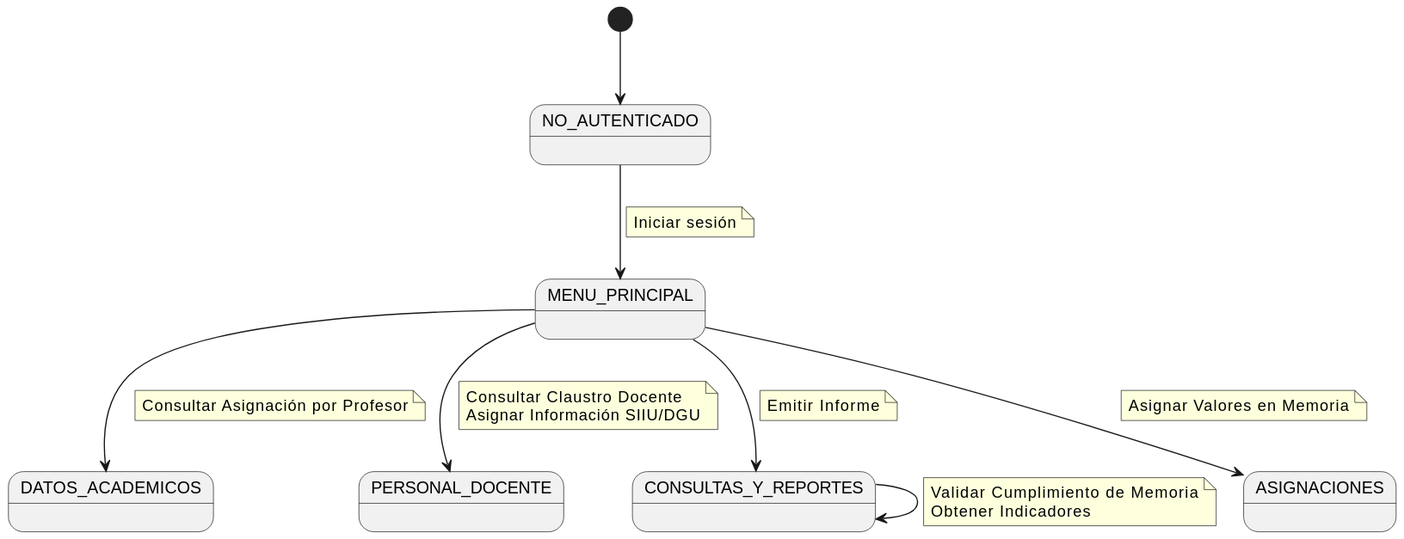
This is images/modelosUML/CdU/DiagramaDeContexto/TecnicoCalidad.svg from mmasias/24-25-IdSw1-SDR, a PlantUML export, as it was before one commit. Its diagram source:
```plantuml
@startuml
state "NO_AUTENTICADO" as NoAuth
state "MENU_PRINCIPAL" as Menu
state "DATOS_ACADEMICOS" as Acad
state "PERSONAL_DOCENTE" as Pers
state "CONSULTAS_Y_REPORTES" as Cons
state "ASIGNACIONES" as Asig

[*] --> NoAuth

NoAuth --> Menu
    note on link
        Iniciar sesión
    end note

Menu --> Acad
    note on link
        Consultar Asignación por Profesor
    end note

Menu --> Pers
    note on link
        Consultar Claustro Docente
        Asignar Información SIIU/DGU
    end note

Menu --> Cons
    note on link
        Emitir Informe
    end note

Menu --> Asig
    note on link
        Asignar Valores en Memoria
    end note

Cons --> Cons
    note on link
        Validar Cumplimiento de Memoria
        Obtener Indicadores
    end note
@enduml
```
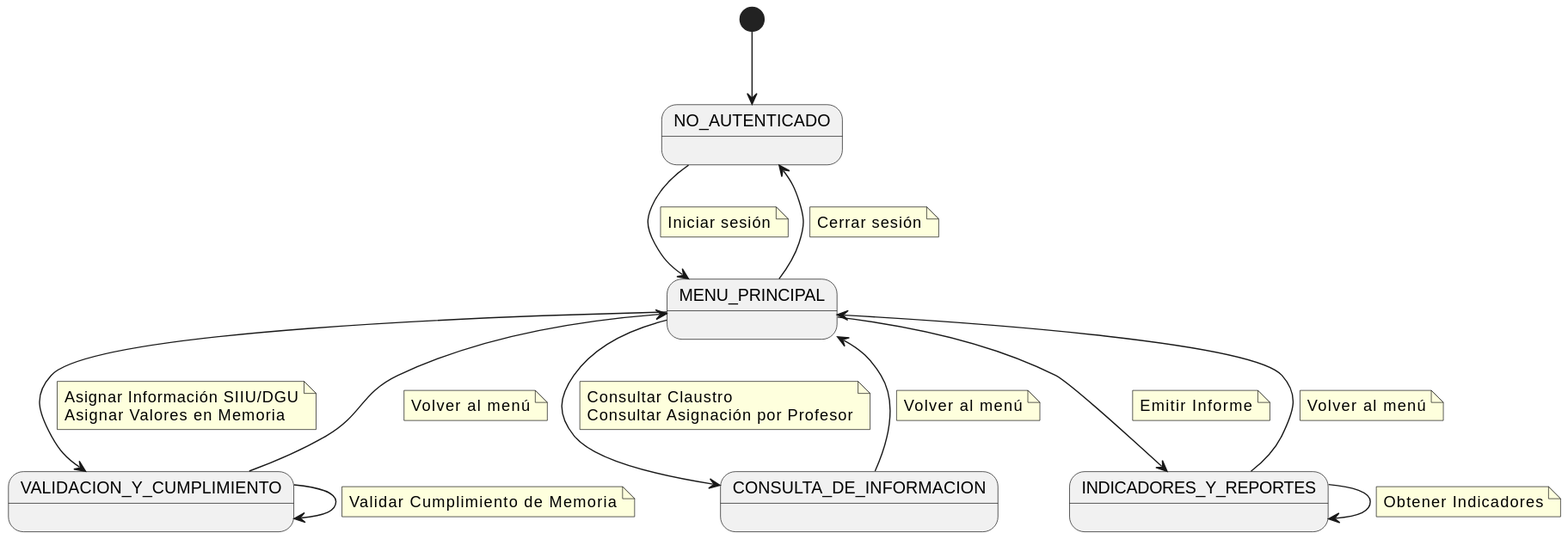
After the commit.

The edit, as a diff of the source:
```diff
@@ -1,42 +1,61 @@
 @startuml
 state "NO_AUTENTICADO" as NoAuth
 state "MENU_PRINCIPAL" as Menu
-state "DATOS_ACADEMICOS" as Acad
-state "PERSONAL_DOCENTE" as Pers
-state "CONSULTAS_Y_REPORTES" as Cons
-state "ASIGNACIONES" as Asig
+state "VALIDACION_Y_CUMPLIMIENTO" as Val
+state "CONSULTA_DE_INFORMACION" as Inf
+state "INDICADORES_Y_REPORTES" as Ind
 
 [*] --> NoAuth
 
 NoAuth --> Menu
-    note on link
-        Iniciar sesión
-    end note
+note on link
+    Iniciar sesión
+end note
 
-Menu --> Acad
-    note on link
-        Consultar Asignación por Profesor
-    end note
+Menu --> Val
+note on link
+  Asignar Información SIIU/DGU
+  Asignar Valores en Memoria
+end note
 
-Menu --> Pers
-    note on link
-        Consultar Claustro Docente
-        Asignar Información SIIU/DGU
-    end note
+Menu --> Inf
+note on link
+  Consultar Claustro
+  Consultar Asignación por Profesor
+end note
 
-Menu --> Cons
-    note on link
-        Emitir Informe
-    end note
+Menu --> Ind
+note on link
+  Emitir Informe
+end note
 
-Menu --> Asig
-    note on link
-        Asignar Valores en Memoria
-    end note
+Val --> Val
+note on link
+  Validar Cumplimiento de Memoria
+end note
 
-Cons --> Cons
-    note on link
-        Validar Cumplimiento de Memoria
-        Obtener Indicadores
-    end note
+Ind --> Ind
+note on link
+  Obtener Indicadores
+end note
+
+Val --> Menu
+note on link
+    Volver al menú
+end note
+
+Inf --> Menu
+note on link
+    Volver al menú
+end note
+
+Ind --> Menu
+note on link
+    Volver al menú
+end note
+
+Menu --> NoAuth
+note on link
+    Cerrar sesión
+end note
 @enduml
```
